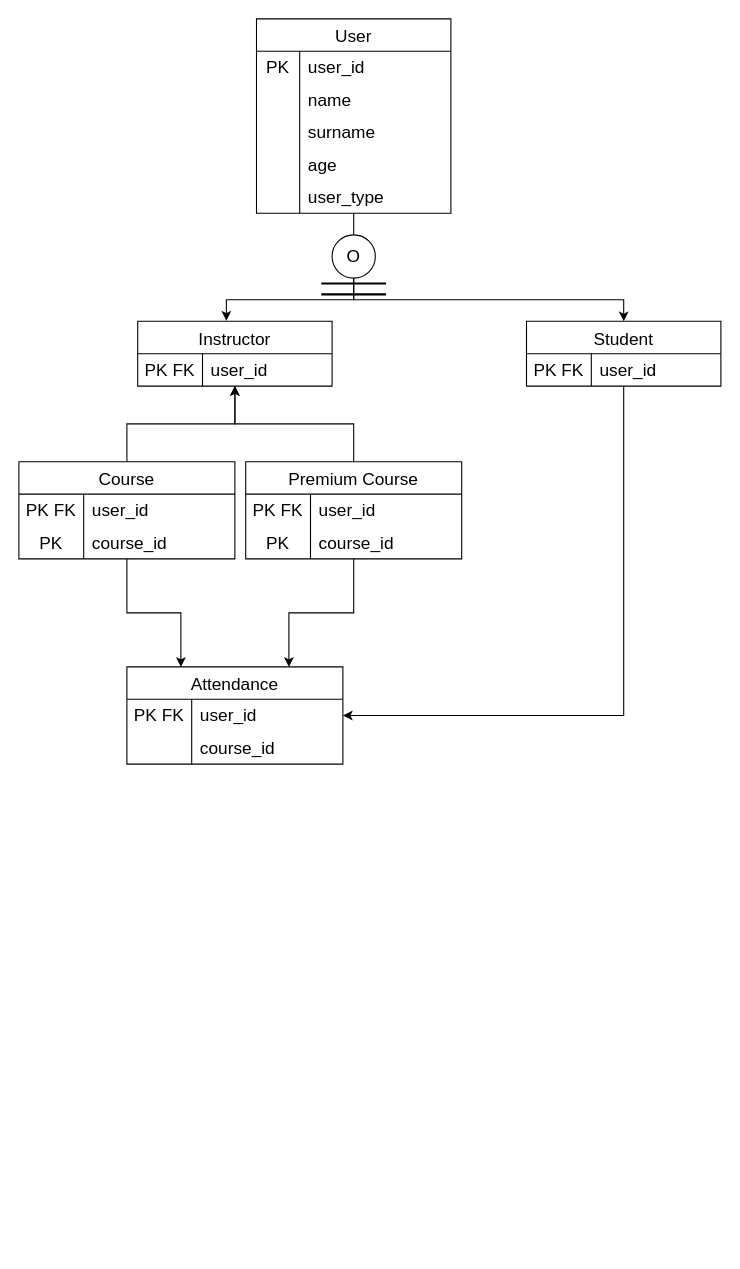
Luieitalian/VTYS keeps this draw.io diagram as Başlıksız Diyagram.drawio. Above is the earlier version. Source tidied: cells renumbered, new cells numbered last; positions are measured from the earlier drawing's top-left corner, leaving out a move shared by most shapes. Both pictures are drawn from the tidied source at 108%, with x=0, y=0 at pixel (18, 18).
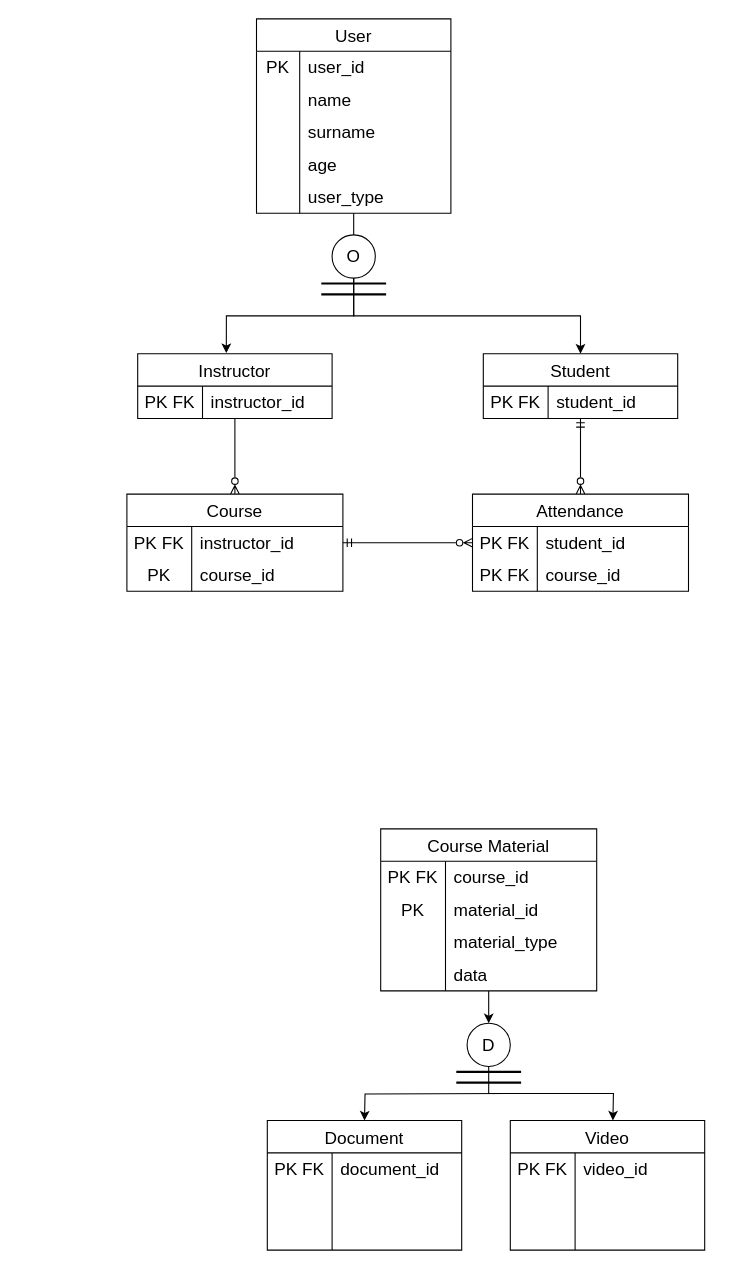
The same page after the edit.

The change refers to these unchanged cells:
```xml
<mxCell id="20" style="shape=tableRow;horizontal=0;startSize=0;swimlaneHead=0;swimlaneBody=0;top=0;left=0;bottom=0;right=0;fillColor=none;strokeColor=inherit;fontSize=16;" parent="19" vertex="1">
  <mxGeometry y="30" width="180" height="30" as="geometry" />
</mxCell>
<mxCell id="25" style="shape=tableRow;horizontal=0;startSize=0;swimlaneHead=0;swimlaneBody=0;top=0;left=0;bottom=0;right=0;fillColor=none;strokeColor=inherit;fontSize=16;" parent="24" vertex="1">
  <mxGeometry y="30" width="180" height="30" as="geometry" />
</mxCell>
<mxCell id="36" style="shape=tableRow;horizontal=0;startSize=0;swimlaneHead=0;swimlaneBody=0;top=0;left=0;bottom=0;right=0;fillColor=none;points=[[0,0.5],[1,0.5]];portConstraint=eastwest;strokeColor=inherit;fontSize=16;" parent="35" vertex="1">
  <mxGeometry y="30" width="200" height="30" as="geometry" />
</mxCell>
<mxCell id="52" style="shape=tableRow;horizontal=0;startSize=0;swimlaneHead=0;swimlaneBody=0;top=0;left=0;bottom=0;right=0;fillColor=none;points=[[0,0.5],[1,0.5]];portConstraint=eastwest;strokeColor=inherit;fontSize=16;" parent="51" vertex="1">
  <mxGeometry y="30" width="200" height="30" as="geometry" />
</mxCell>
<mxCell id="55" style="shape=tableRow;horizontal=0;startSize=0;swimlaneHead=0;swimlaneBody=0;top=0;left=0;bottom=0;right=0;fillColor=none;strokeColor=inherit;fontSize=16;" parent="51" vertex="1">
  <mxGeometry y="60" width="200" height="30" as="geometry" />
</mxCell>
```

What changed in the source:
```diff
@@
     <mxCell id="19" value="Instructor" style="shape=table;startSize=30;childLayout=tableLayout;rowLines=0;fontStyle=0;strokeColor=default;fontSize=16;" parent="1" vertex="1">
-      <mxGeometry x="110" y="280" width="180" height="60" as="geometry" />
+      <mxGeometry x="110" y="310" width="180" height="60" as="geometry" />
     </mxCell>
@@
-    <mxCell id="22" value="user_id" style="shape=partialRectangle;html=1;whiteSpace=wrap;fillColor=none;top=0;left=0;bottom=0;right=0;align=left;spacingLeft=6;overflow=hidden;strokeColor=inherit;fontSize=16;" parent="20" vertex="1">
+    <mxCell id="22" value="instructor_id" style="shape=partialRectangle;html=1;whiteSpace=wrap;fillColor=none;top=0;left=0;bottom=0;right=0;align=left;spacingLeft=6;overflow=hidden;strokeColor=inherit;fontSize=16;" parent="20" vertex="1">
       <mxGeometry x="60" width="120" height="30" as="geometry" />
     </mxCell>
-    <mxCell id="23" style="edgeStyle=orthogonalEdgeStyle;rounded=0;jettySize=auto;html=1;entryX=1;entryY=0.5;entryDx=0;entryDy=0;" parent="1" edge="1" source="24" target="52">
+    <mxCell id="23" style="edgeStyle=orthogonalEdgeStyle;rounded=0;jettySize=auto;html=1;entryX=0.5;entryY=0;entryDx=0;entryDy=0;startArrow=ERmandOne;startFill=0;endArrow=ERzeroToMany;endFill=0;" parent="1" edge="1" source="24" target="51">
       <mxGeometry relative="1" as="geometry" />
     </mxCell>
     <mxCell id="24" value="Student" style="shape=table;startSize=30;childLayout=tableLayout;rowLines=0;fontStyle=0;strokeColor=default;fontSize=16;" parent="1" vertex="1">
-      <mxGeometry x="470" y="280" width="180" height="60" as="geometry" />
+      <mxGeometry x="430" y="310" width="180" height="60" as="geometry" />
     </mxCell>
@@
-    <mxCell id="27" value="user_id" style="shape=partialRectangle;html=1;whiteSpace=wrap;fillColor=none;top=0;left=0;bottom=0;right=0;align=left;spacingLeft=6;overflow=hidden;strokeColor=inherit;fontSize=16;" parent="25" vertex="1">
+    <mxCell id="27" value="student_id" style="shape=partialRectangle;html=1;whiteSpace=wrap;fillColor=none;top=0;left=0;bottom=0;right=0;align=left;spacingLeft=6;overflow=hidden;strokeColor=inherit;fontSize=16;" parent="25" vertex="1">
       <mxGeometry x="60" width="120" height="30" as="geometry" />
     </mxCell>
@@
-    <mxCell id="33" style="edgeStyle=orthogonalEdgeStyle;rounded=0;jettySize=auto;html=1;" parent="1" edge="1" source="35" target="19">
+    <mxCell id="33" style="edgeStyle=orthogonalEdgeStyle;rounded=0;jettySize=auto;html=1;endArrow=none;endFill=0;startArrow=ERzeroToMany;startFill=0;" parent="1" edge="1" source="35" target="19">
       <mxGeometry relative="1" as="geometry" />
     </mxCell>
-    <mxCell id="34" style="edgeStyle=orthogonalEdgeStyle;rounded=0;jettySize=auto;html=1;entryX=0.25;entryY=0;entryDx=0;entryDy=0;" parent="1" edge="1" source="35" target="51">
-      <mxGeometry relative="1" as="geometry" />
-    </mxCell>
     <mxCell id="35" value="Course" style="shape=table;startSize=30;childLayout=tableLayout;rowLines=0;fontStyle=0;strokeColor=default;fontSize=16;" parent="1" vertex="1">
-      <mxGeometry y="410" width="200" height="90" as="geometry" />
+      <mxGeometry x="100" y="440" width="200" height="90" as="geometry" />
     </mxCell>
@@
-    <mxCell id="38" value="user_id" style="shape=partialRectangle;html=1;whiteSpace=wrap;fillColor=none;top=0;left=0;bottom=0;right=0;align=left;spacingLeft=6;overflow=hidden;strokeColor=inherit;fontSize=16;" parent="36" vertex="1">
+    <mxCell id="38" value="instructor_id" style="shape=partialRectangle;html=1;whiteSpace=wrap;fillColor=none;top=0;left=0;bottom=0;right=0;align=left;spacingLeft=6;overflow=hidden;strokeColor=inherit;fontSize=16;" parent="36" vertex="1">
       <mxGeometry x="60" width="140" height="30" as="geometry" />
     </mxCell>
@@
-    <mxCell id="42" style="edgeStyle=orthogonalEdgeStyle;rounded=0;jettySize=auto;html=1;" parent="1" edge="1" source="44" target="19">
-      <mxGeometry relative="1" as="geometry" />
-    </mxCell>
-    <mxCell id="43" style="edgeStyle=orthogonalEdgeStyle;rounded=0;jettySize=auto;html=1;entryX=0.75;entryY=0;entryDx=0;entryDy=0;" parent="1" edge="1" source="44" target="51">
-      <mxGeometry relative="1" as="geometry" />
-    </mxCell>
-    <mxCell id="44" value="Premium Course" style="shape=table;startSize=30;childLayout=tableLayout;rowLines=0;fontStyle=0;strokeColor=default;fontSize=16;" parent="1" vertex="1">
-      <mxGeometry x="210" y="410" width="200" height="90" as="geometry" />
-    </mxCell>
-    <mxCell id="45" style="shape=tableRow;horizontal=0;startSize=0;swimlaneHead=0;swimlaneBody=0;top=0;left=0;bottom=0;right=0;fillColor=none;strokeColor=inherit;fontSize=16;" parent="44" vertex="1">
-      <mxGeometry y="30" width="200" height="30" as="geometry" />
-    </mxCell>
-    <mxCell id="46" value="PK FK" style="shape=partialRectangle;html=1;whiteSpace=wrap;fillColor=none;top=0;left=0;bottom=0;right=0;overflow=hidden;strokeColor=inherit;fontSize=16;" parent="45" vertex="1">
-      <mxGeometry width="60" height="30" as="geometry" />
-    </mxCell>
-    <mxCell id="47" value="user_id" style="shape=partialRectangle;html=1;whiteSpace=wrap;fillColor=none;top=0;left=0;bottom=0;right=0;align=left;spacingLeft=6;overflow=hidden;strokeColor=inherit;fontSize=16;" parent="45" vertex="1">
-      <mxGeometry x="60" width="140" height="30" as="geometry" />
-    </mxCell>
-    <mxCell id="48" style="shape=tableRow;horizontal=0;startSize=0;swimlaneHead=0;swimlaneBody=0;top=0;left=0;bottom=0;right=0;fillColor=none;strokeColor=inherit;fontSize=16;" parent="44" vertex="1">
-      <mxGeometry y="60" width="200" height="30" as="geometry" />
-    </mxCell>
-    <mxCell id="49" value="PK" style="shape=partialRectangle;html=1;whiteSpace=wrap;fillColor=none;top=0;left=0;bottom=0;right=0;overflow=hidden;strokeColor=inherit;fontSize=16;" parent="48" vertex="1">
-      <mxGeometry width="60" height="30" as="geometry" />
-    </mxCell>
-    <mxCell id="50" value="course_id" style="shape=partialRectangle;html=1;whiteSpace=wrap;fillColor=none;top=0;left=0;bottom=0;right=0;align=left;spacingLeft=6;overflow=hidden;strokeColor=inherit;fontSize=16;" parent="48" vertex="1">
-      <mxGeometry x="60" width="140" height="30" as="geometry" />
-    </mxCell>
     <mxCell id="51" value="Attendance" style="shape=table;startSize=30;childLayout=tableLayout;rowLines=0;fontStyle=0;strokeColor=default;fontSize=16;" parent="1" vertex="1">
-      <mxGeometry x="100" y="600" width="200" height="90" as="geometry" />
+      <mxGeometry x="420" y="440" width="200" height="90" as="geometry" />
     </mxCell>
@@
-    <mxCell id="54" value="user_id" style="shape=partialRectangle;html=1;whiteSpace=wrap;fillColor=none;top=0;left=0;bottom=0;right=0;align=left;spacingLeft=6;overflow=hidden;strokeColor=inherit;fontSize=16;" parent="52" vertex="1">
+    <mxCell id="54" value="student_id" style="shape=partialRectangle;html=1;whiteSpace=wrap;fillColor=none;top=0;left=0;bottom=0;right=0;align=left;spacingLeft=6;overflow=hidden;strokeColor=inherit;fontSize=16;" parent="52" vertex="1">
       <mxGeometry x="60" width="140" height="30" as="geometry" />
     </mxCell>
@@
-    <mxCell id="56" style="shape=partialRectangle;html=1;whiteSpace=wrap;fillColor=none;top=0;left=0;bottom=0;right=0;overflow=hidden;strokeColor=inherit;fontSize=16;" parent="55" vertex="1">
+    <mxCell id="56" value="PK FK" style="shape=partialRectangle;html=1;whiteSpace=wrap;fillColor=none;top=0;left=0;bottom=0;right=0;overflow=hidden;strokeColor=inherit;fontSize=16;" parent="55" vertex="1">
       <mxGeometry width="60" height="30" as="geometry" />
     </mxCell>
@@
+    <mxCell id="58" style="edgeStyle=orthogonalEdgeStyle;rounded=0;jettySize=auto;html=1;" parent="1" edge="1" source="59" target="69">
+      <mxGeometry relative="1" as="geometry" />
+    </mxCell>
+    <mxCell id="59" value="Course Material" style="shape=table;startSize=30;childLayout=tableLayout;rowLines=0;fontStyle=0;strokeColor=default;fontSize=16;" parent="1" vertex="1">
+      <mxGeometry x="335" y="750" width="200" height="150" as="geometry" />
+    </mxCell>
+    <mxCell id="45" style="shape=tableRow;horizontal=0;startSize=0;swimlaneHead=0;swimlaneBody=0;top=0;left=0;bottom=0;right=0;fillColor=none;strokeColor=inherit;fontSize=16;" parent="59" vertex="1">
+      <mxGeometry y="30" width="200" height="30" as="geometry" />
+    </mxCell>
+    <mxCell id="60" value="PK FK" style="shape=partialRectangle;html=1;whiteSpace=wrap;fillColor=none;top=0;left=0;bottom=0;right=0;overflow=hidden;strokeColor=inherit;fontSize=16;" parent="45" vertex="1">
+      <mxGeometry width="60" height="30" as="geometry" />
+    </mxCell>
+    <mxCell id="50" value="course_id" style="shape=partialRectangle;html=1;whiteSpace=wrap;fillColor=none;top=0;left=0;bottom=0;right=0;align=left;spacingLeft=6;overflow=hidden;strokeColor=inherit;fontSize=16;" parent="45" vertex="1">
+      <mxGeometry x="60" width="140" height="30" as="geometry" />
+    </mxCell>
+    <mxCell id="48" style="shape=tableRow;horizontal=0;startSize=0;swimlaneHead=0;swimlaneBody=0;top=0;left=0;bottom=0;right=0;fillColor=none;strokeColor=inherit;fontSize=16;" parent="59" vertex="1">
+      <mxGeometry y="60" width="200" height="30" as="geometry" />
+    </mxCell>
+    <mxCell id="49" value="PK" style="shape=partialRectangle;html=1;whiteSpace=wrap;fillColor=none;top=0;left=0;bottom=0;right=0;overflow=hidden;strokeColor=inherit;fontSize=16;" parent="48" vertex="1">
+      <mxGeometry width="60" height="30" as="geometry" />
+    </mxCell>
+    <mxCell id="61" value="material_id" style="shape=partialRectangle;html=1;whiteSpace=wrap;fillColor=none;top=0;left=0;bottom=0;right=0;align=left;spacingLeft=6;overflow=hidden;strokeColor=inherit;fontSize=16;" parent="48" vertex="1">
+      <mxGeometry x="60" width="140" height="30" as="geometry" />
+    </mxCell>
+    <mxCell id="62" style="shape=tableRow;horizontal=0;startSize=0;swimlaneHead=0;swimlaneBody=0;top=0;left=0;bottom=0;right=0;fillColor=none;strokeColor=inherit;fontSize=16;" parent="59" vertex="1">
+      <mxGeometry y="90" width="200" height="30" as="geometry" />
+    </mxCell>
+    <mxCell id="63" style="shape=partialRectangle;html=1;whiteSpace=wrap;fillColor=none;top=0;left=0;bottom=0;right=0;overflow=hidden;strokeColor=inherit;fontSize=16;" parent="62" vertex="1">
+      <mxGeometry width="60" height="30" as="geometry" />
+    </mxCell>
+    <mxCell id="64" value="material_type" style="shape=partialRectangle;html=1;whiteSpace=wrap;fillColor=none;top=0;left=0;bottom=0;right=0;align=left;spacingLeft=6;overflow=hidden;strokeColor=inherit;fontSize=16;" parent="62" vertex="1">
+      <mxGeometry x="60" width="140" height="30" as="geometry" />
+    </mxCell>
+    <mxCell id="65" style="shape=tableRow;horizontal=0;startSize=0;swimlaneHead=0;swimlaneBody=0;top=0;left=0;bottom=0;right=0;fillColor=none;strokeColor=inherit;fontSize=16;" parent="59" vertex="1">
+      <mxGeometry y="120" width="200" height="30" as="geometry" />
+    </mxCell>
+    <mxCell id="66" style="shape=partialRectangle;html=1;whiteSpace=wrap;fillColor=none;top=0;left=0;bottom=0;right=0;overflow=hidden;strokeColor=inherit;fontSize=16;" parent="65" vertex="1">
+      <mxGeometry width="60" height="30" as="geometry" />
+    </mxCell>
+    <mxCell id="67" value="data" style="shape=partialRectangle;html=1;whiteSpace=wrap;fillColor=none;top=0;left=0;bottom=0;right=0;align=left;spacingLeft=6;overflow=hidden;strokeColor=inherit;fontSize=16;" parent="65" vertex="1">
+      <mxGeometry x="60" width="140" height="30" as="geometry" />
+    </mxCell>
+    <mxCell id="68" style="edgeStyle=orthogonalEdgeStyle;rounded=0;jettySize=auto;html=1;exitX=0.5;exitY=1;exitDx=0;exitDy=0;" parent="1" edge="1" source="69">
+      <mxGeometry relative="1" as="geometry">
+        <mxPoint x="550" y="1020" as="targetPoint" />
+      </mxGeometry>
+    </mxCell>
+    <mxCell id="69" value="D" style="ellipse;whiteSpace=wrap;html=1;fontSize=16;startSize=30;fontStyle=0;" parent="1" vertex="1">
+      <mxGeometry x="415" y="930" width="40" height="40" as="geometry" />
+    </mxCell>
+    <mxCell id="70" style="line;strokeWidth=2;html=1;" parent="1" vertex="1">
+      <mxGeometry x="405" y="970" width="60" height="10" as="geometry" />
+    </mxCell>
+    <mxCell id="71" style="line;strokeWidth=2;html=1;" parent="1" vertex="1">
+      <mxGeometry x="405" y="980" width="60" height="10" as="geometry" />
+    </mxCell>
+    <mxCell id="72" style="edgeStyle=orthogonalEdgeStyle;rounded=0;orthogonalLoop=1;jettySize=auto;html=1;exitX=0.5;exitY=1;exitDx=0;exitDy=0;" parent="1" edge="1">
+      <mxGeometry relative="1" as="geometry">
+        <mxPoint x="455" y="995" as="sourcePoint" />
+        <mxPoint x="320" y="1020" as="targetPoint" />
+      </mxGeometry>
+    </mxCell>
+    <mxCell id="73" value="Document" style="shape=table;startSize=30;childLayout=tableLayout;rowLines=0;fontStyle=0;strokeColor=default;fontSize=16;" parent="1" vertex="1">
+      <mxGeometry x="230" y="1020" width="180" height="120" as="geometry" />
+    </mxCell>
+    <mxCell id="74" style="shape=tableRow;horizontal=0;startSize=0;swimlaneHead=0;swimlaneBody=0;top=0;left=0;bottom=0;right=0;fillColor=none;strokeColor=inherit;fontSize=16;" parent="73" vertex="1">
+      <mxGeometry y="30" width="180" height="30" as="geometry" />
+    </mxCell>
+    <mxCell id="75" value="PK FK" style="shape=partialRectangle;html=1;whiteSpace=wrap;fillColor=none;top=0;left=0;bottom=0;right=0;overflow=hidden;strokeColor=inherit;fontSize=16;" parent="74" vertex="1">
+      <mxGeometry width="60" height="30" as="geometry" />
+    </mxCell>
+    <mxCell id="76" value="document_id" style="shape=partialRectangle;html=1;whiteSpace=wrap;fillColor=none;top=0;left=0;bottom=0;right=0;align=left;spacingLeft=6;overflow=hidden;strokeColor=inherit;fontSize=16;" parent="74" vertex="1">
+      <mxGeometry x="60" width="120" height="30" as="geometry" />
+    </mxCell>
+    <mxCell id="77" style="shape=tableRow;horizontal=0;startSize=0;swimlaneHead=0;swimlaneBody=0;top=0;left=0;bottom=0;right=0;fillColor=none;strokeColor=inherit;fontSize=16;" parent="73" vertex="1">
+      <mxGeometry y="60" width="180" height="30" as="geometry" />
+    </mxCell>
+    <mxCell id="78" style="shape=partialRectangle;html=1;whiteSpace=wrap;fillColor=none;top=0;left=0;bottom=0;right=0;overflow=hidden;strokeColor=inherit;fontSize=16;" parent="77" vertex="1">
+      <mxGeometry width="60" height="30" as="geometry" />
+    </mxCell>
+    <mxCell id="79" style="shape=partialRectangle;html=1;whiteSpace=wrap;fillColor=none;top=0;left=0;bottom=0;right=0;align=left;spacingLeft=6;overflow=hidden;strokeColor=inherit;fontSize=16;" parent="77" vertex="1">
+      <mxGeometry x="60" width="120" height="30" as="geometry" />
+    </mxCell>
+    <mxCell id="80" style="shape=tableRow;horizontal=0;startSize=0;swimlaneHead=0;swimlaneBody=0;top=0;left=0;bottom=0;right=0;fillColor=none;strokeColor=inherit;fontSize=16;" parent="73" vertex="1">
+      <mxGeometry y="90" width="180" height="30" as="geometry" />
+    </mxCell>
+    <mxCell id="81" style="shape=partialRectangle;html=1;whiteSpace=wrap;fillColor=none;top=0;left=0;bottom=0;right=0;overflow=hidden;strokeColor=inherit;fontSize=16;" parent="80" vertex="1">
+      <mxGeometry width="60" height="30" as="geometry" />
+    </mxCell>
+    <mxCell id="82" style="shape=partialRectangle;html=1;whiteSpace=wrap;fillColor=none;top=0;left=0;bottom=0;right=0;align=left;spacingLeft=6;overflow=hidden;strokeColor=inherit;fontSize=16;" parent="80" vertex="1">
+      <mxGeometry x="60" width="120" height="30" as="geometry" />
+    </mxCell>
+    <mxCell id="83" value="Video" style="shape=table;startSize=30;childLayout=tableLayout;rowLines=0;fontStyle=0;strokeColor=default;fontSize=16;" parent="1" vertex="1">
+      <mxGeometry x="455" y="1020" width="180" height="120" as="geometry" />
+    </mxCell>
+    <mxCell id="84" style="shape=tableRow;horizontal=0;startSize=0;swimlaneHead=0;swimlaneBody=0;top=0;left=0;bottom=0;right=0;fillColor=none;strokeColor=inherit;fontSize=16;" parent="83" vertex="1">
+      <mxGeometry y="30" width="180" height="30" as="geometry" />
+    </mxCell>
+    <mxCell id="85" value="PK FK" style="shape=partialRectangle;html=1;whiteSpace=wrap;fillColor=none;top=0;left=0;bottom=0;right=0;overflow=hidden;strokeColor=inherit;fontSize=16;" parent="84" vertex="1">
+      <mxGeometry width="60" height="30" as="geometry" />
+    </mxCell>
+    <mxCell id="86" value="video_id" style="shape=partialRectangle;html=1;whiteSpace=wrap;fillColor=none;top=0;left=0;bottom=0;right=0;align=left;spacingLeft=6;overflow=hidden;strokeColor=inherit;fontSize=16;" parent="84" vertex="1">
+      <mxGeometry x="60" width="120" height="30" as="geometry" />
+    </mxCell>
+    <mxCell id="87" style="shape=tableRow;horizontal=0;startSize=0;swimlaneHead=0;swimlaneBody=0;top=0;left=0;bottom=0;right=0;fillColor=none;strokeColor=inherit;fontSize=16;" parent="83" vertex="1">
+      <mxGeometry y="60" width="180" height="30" as="geometry" />
+    </mxCell>
+    <mxCell id="88" style="shape=partialRectangle;html=1;whiteSpace=wrap;fillColor=none;top=0;left=0;bottom=0;right=0;overflow=hidden;strokeColor=inherit;fontSize=16;" parent="87" vertex="1">
+      <mxGeometry width="60" height="30" as="geometry" />
+    </mxCell>
+    <mxCell id="89" style="shape=partialRectangle;html=1;whiteSpace=wrap;fillColor=none;top=0;left=0;bottom=0;right=0;align=left;spacingLeft=6;overflow=hidden;strokeColor=inherit;fontSize=16;" parent="87" vertex="1">
+      <mxGeometry x="60" width="120" height="30" as="geometry" />
+    </mxCell>
+    <mxCell id="90" style="shape=tableRow;horizontal=0;startSize=0;swimlaneHead=0;swimlaneBody=0;top=0;left=0;bottom=0;right=0;fillColor=none;strokeColor=inherit;fontSize=16;" parent="83" vertex="1">
+      <mxGeometry y="90" width="180" height="30" as="geometry" />
+    </mxCell>
+    <mxCell id="91" style="shape=partialRectangle;html=1;whiteSpace=wrap;fillColor=none;top=0;left=0;bottom=0;right=0;overflow=hidden;strokeColor=inherit;fontSize=16;" parent="90" vertex="1">
+      <mxGeometry width="60" height="30" as="geometry" />
+    </mxCell>
+    <mxCell id="92" style="shape=partialRectangle;html=1;whiteSpace=wrap;fillColor=none;top=0;left=0;bottom=0;right=0;align=left;spacingLeft=6;overflow=hidden;strokeColor=inherit;fontSize=16;" parent="90" vertex="1">
+      <mxGeometry x="60" width="120" height="30" as="geometry" />
+    </mxCell>
+    <mxCell id="93" style="edgeStyle=orthogonalEdgeStyle;rounded=0;jettySize=auto;html=1;entryX=0;entryY=0.5;entryDx=0;entryDy=0;startArrow=ERmandOne;startFill=0;endArrow=ERzeroToMany;endFill=0;" parent="1" edge="1" source="36" target="52">
+      <mxGeometry relative="1" as="geometry" />
+    </mxCell>
```
